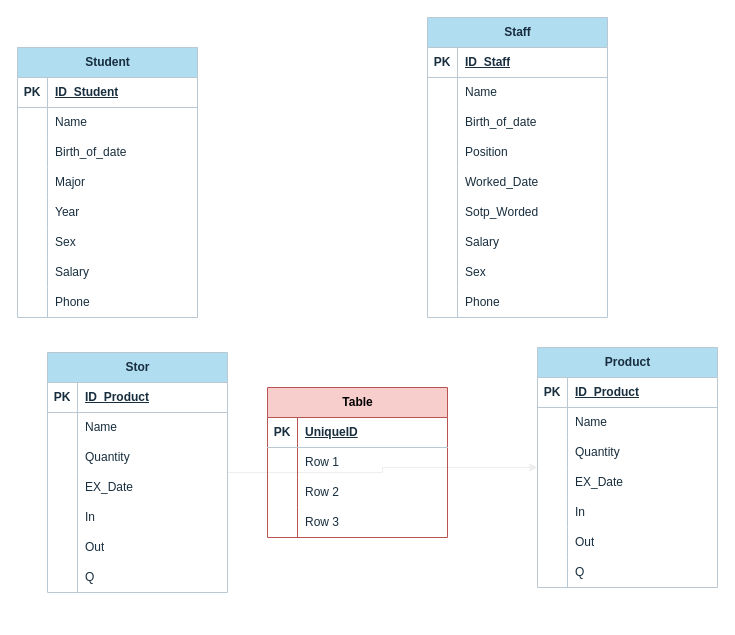
kearakvak/C_OOAD_Projob_Semester1 keeps this draw.io diagram as Untitled Diagram.drawio. Above is the earlier version. Source tidied: cells renumbered, new cells numbered last; positions are measured from the earlier drawing's top-left corner, leaving out a move shared by most shapes. Both pictures are drawn from the tidied source at 100%, with x=0, y=0 at pixel (17, 17).
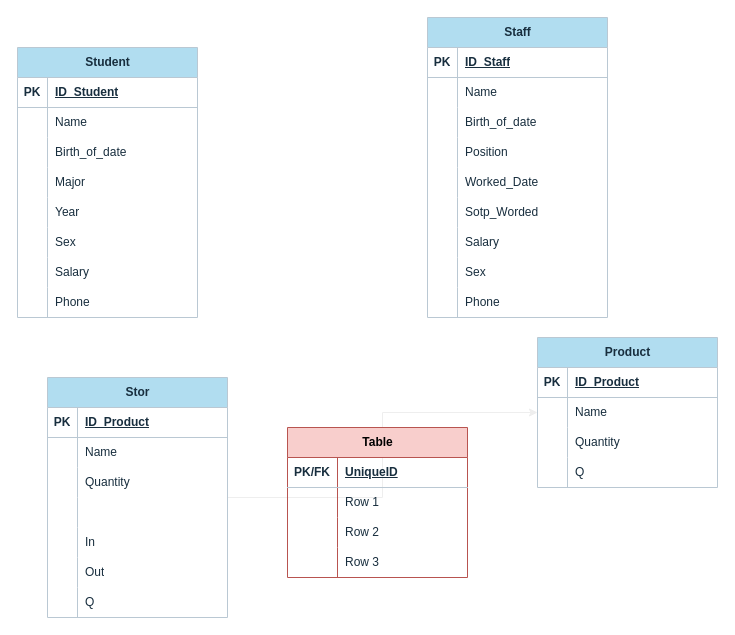
After the change.

Unchanged cells that the change refers to:
```xml
<mxCell id="66" style="shape=tableRow;horizontal=0;startSize=0;swimlaneHead=0;swimlaneBody=0;fillColor=none;top=0;left=0;right=0;bottom=0;strokeColor=#BAC8D3;fontColor=#182E3E;" parent="56" vertex="1">
  <mxGeometry y="120" width="180" height="30" as="geometry" />
</mxCell>
<mxCell id="101" style="shape=tableRow;horizontal=0;startSize=0;swimlaneHead=0;swimlaneBody=0;fillColor=none;top=0;left=0;right=0;bottom=1;strokeColor=#BAC8D3;fontColor=#182E3E;" parent="100" vertex="1">
  <mxGeometry y="30" width="180" height="30" as="geometry" />
</mxCell>
<mxCell id="104" style="shape=tableRow;horizontal=0;startSize=0;swimlaneHead=0;swimlaneBody=0;fillColor=none;top=0;left=0;right=0;bottom=0;strokeColor=#BAC8D3;fontColor=#182E3E;" parent="100" vertex="1">
  <mxGeometry y="60" width="180" height="30" as="geometry" />
</mxCell>
<mxCell id="107" style="shape=tableRow;horizontal=0;startSize=0;swimlaneHead=0;swimlaneBody=0;fillColor=none;top=0;left=0;right=0;bottom=0;strokeColor=#BAC8D3;fontColor=#182E3E;" parent="100" vertex="1">
  <mxGeometry y="90" width="180" height="30" as="geometry" />
</mxCell>
<mxCell id="110" style="shape=tableRow;horizontal=0;startSize=0;swimlaneHead=0;swimlaneBody=0;fillColor=none;top=0;left=0;right=0;bottom=0;strokeColor=#BAC8D3;fontColor=#182E3E;" parent="100" vertex="1">
  <mxGeometry y="120" width="180" height="30" as="geometry" />
</mxCell>
```

Diff of the diagram source:
```diff
@@
     <mxCell id="56" value="Stor" style="shape=table;startSize=30;childLayout=tableLayout;rowLines=0;fontStyle=1;align=center;html=1;strokeColor=#BAC8D3;fontColor=#182E3E;fillColor=#B1DDF0;" parent="1" vertex="1">
-      <mxGeometry x="30" y="335" width="180" height="240" as="geometry" />
+      <mxGeometry x="30" y="360" width="180" height="240" as="geometry" />
     </mxCell>
@@
-    <mxCell id="68" value="EX_Date" style="shape=partialRectangle;fillColor=none;top=0;left=0;bottom=0;right=0;align=left;spacingLeft=6;overflow=hidden;whiteSpace=wrap;html=1;strokeColor=#BAC8D3;fontColor=#182E3E;" parent="66" vertex="1">
+    <mxCell id="68" style="shape=partialRectangle;fillColor=none;top=0;left=0;bottom=0;right=0;align=left;spacingLeft=6;overflow=hidden;whiteSpace=wrap;html=1;strokeColor=#BAC8D3;fontColor=#182E3E;" parent="66" vertex="1">
       <mxGeometry x="30" width="150" height="30" as="geometry" />
     </mxCell>
@@
     <mxCell id="78" value="Product" style="shape=table;startSize=30;childLayout=tableLayout;rowLines=0;fontStyle=1;align=center;html=1;strokeColor=#BAC8D3;fontColor=#182E3E;fillColor=#B1DDF0;" parent="1" vertex="1">
-      <mxGeometry x="520" y="330" width="180" height="240" as="geometry" />
+      <mxGeometry x="520" y="320" width="180" height="150" as="geometry" />
     </mxCell>
@@
-    <mxCell id="88" style="shape=tableRow;horizontal=0;startSize=0;swimlaneHead=0;swimlaneBody=0;fillColor=none;top=0;left=0;right=0;bottom=0;strokeColor=#BAC8D3;fontColor=#182E3E;" parent="78" vertex="1">
-      <mxGeometry y="120" width="180" height="30" as="geometry" />
-    </mxCell>
-    <mxCell id="89" style="shape=partialRectangle;fillColor=none;top=0;left=0;bottom=0;right=0;overflow=hidden;whiteSpace=wrap;html=1;strokeColor=#BAC8D3;fontColor=#182E3E;" parent="88" vertex="1">
-      <mxGeometry width="30" height="30" as="geometry" />
-    </mxCell>
-    <mxCell id="90" value="EX_Date" style="shape=partialRectangle;fillColor=none;top=0;left=0;bottom=0;right=0;align=left;spacingLeft=6;overflow=hidden;whiteSpace=wrap;html=1;strokeColor=#BAC8D3;fontColor=#182E3E;" parent="88" vertex="1">
-      <mxGeometry x="30" width="150" height="30" as="geometry" />
-    </mxCell>
-    <mxCell id="91" style="shape=tableRow;horizontal=0;startSize=0;swimlaneHead=0;swimlaneBody=0;fillColor=none;top=0;left=0;right=0;bottom=0;strokeColor=#BAC8D3;fontColor=#182E3E;" parent="78" vertex="1">
-      <mxGeometry y="150" width="180" height="30" as="geometry" />
-    </mxCell>
-    <mxCell id="92" style="shape=partialRectangle;fillColor=none;top=0;left=0;bottom=0;right=0;overflow=hidden;whiteSpace=wrap;html=1;strokeColor=#BAC8D3;fontColor=#182E3E;" parent="91" vertex="1">
-      <mxGeometry width="30" height="30" as="geometry" />
-    </mxCell>
-    <mxCell id="93" value="In" style="shape=partialRectangle;fillColor=none;top=0;left=0;bottom=0;right=0;align=left;spacingLeft=6;overflow=hidden;whiteSpace=wrap;html=1;strokeColor=#BAC8D3;fontColor=#182E3E;" parent="91" vertex="1">
-      <mxGeometry x="30" width="150" height="30" as="geometry" />
-    </mxCell>
-    <mxCell id="94" style="shape=tableRow;horizontal=0;startSize=0;swimlaneHead=0;swimlaneBody=0;fillColor=none;top=0;left=0;right=0;bottom=0;strokeColor=#BAC8D3;fontColor=#182E3E;" parent="78" vertex="1">
-      <mxGeometry y="180" width="180" height="30" as="geometry" />
-    </mxCell>
-    <mxCell id="95" style="shape=partialRectangle;fillColor=none;top=0;left=0;bottom=0;right=0;overflow=hidden;whiteSpace=wrap;html=1;strokeColor=#BAC8D3;fontColor=#182E3E;" parent="94" vertex="1">
-      <mxGeometry width="30" height="30" as="geometry" />
-    </mxCell>
-    <mxCell id="96" value="Out" style="shape=partialRectangle;fillColor=none;top=0;left=0;bottom=0;right=0;align=left;spacingLeft=6;overflow=hidden;whiteSpace=wrap;html=1;strokeColor=#BAC8D3;fontColor=#182E3E;" parent="94" vertex="1">
-      <mxGeometry x="30" width="150" height="30" as="geometry" />
-    </mxCell>
     <mxCell id="97" style="shape=tableRow;horizontal=0;startSize=0;swimlaneHead=0;swimlaneBody=0;fillColor=none;top=0;left=0;right=0;bottom=0;strokeColor=#BAC8D3;fontColor=#182E3E;" parent="78" vertex="1">
-      <mxGeometry y="210" width="180" height="30" as="geometry" />
+      <mxGeometry y="120" width="180" height="30" as="geometry" />
     </mxCell>
@@
     <mxCell id="100" value="Table" style="shape=table;startSize=30;childLayout=tableLayout;rowLines=0;fontStyle=1;align=center;html=1;strokeColor=#b85450;fillColor=#f8cecc;" parent="1" vertex="1">
-      <mxGeometry x="250" y="370" width="180" height="150" as="geometry" />
+      <mxGeometry x="270" y="410" width="180" height="150" as="geometry" />
     </mxCell>
@@
-    <mxCell id="102" value="PK" style="shape=partialRectangle;fillColor=none;top=0;left=0;bottom=0;right=0;fontStyle=1;overflow=hidden;whiteSpace=wrap;html=1;strokeColor=#BAC8D3;fontColor=#182E3E;" parent="101" vertex="1">
-      <mxGeometry width="30" height="30" as="geometry" />
+    <mxCell id="102" value="PK/FK" style="shape=partialRectangle;fillColor=none;top=0;left=0;bottom=0;right=0;fontStyle=1;overflow=hidden;whiteSpace=wrap;html=1;strokeColor=#BAC8D3;fontColor=#182E3E;" parent="101" vertex="1">
+      <mxGeometry width="50" height="30" as="geometry" />
     </mxCell>
     <mxCell id="103" value="UniqueID" style="shape=partialRectangle;fillColor=none;top=0;left=0;bottom=0;right=0;align=left;spacingLeft=6;fontStyle=5;overflow=hidden;whiteSpace=wrap;html=1;strokeColor=#BAC8D3;fontColor=#182E3E;" parent="101" vertex="1">
-      <mxGeometry x="30" width="150" height="30" as="geometry" />
+      <mxGeometry x="50" width="130" height="30" as="geometry" />
     </mxCell>
@@
     <mxCell id="105" style="shape=partialRectangle;fillColor=none;top=0;left=0;bottom=0;right=0;overflow=hidden;whiteSpace=wrap;html=1;strokeColor=#BAC8D3;fontColor=#182E3E;" parent="104" vertex="1">
-      <mxGeometry width="30" height="30" as="geometry" />
+      <mxGeometry width="50" height="30" as="geometry" />
     </mxCell>
     <mxCell id="106" value="Row 1" style="shape=partialRectangle;fillColor=none;top=0;left=0;bottom=0;right=0;align=left;spacingLeft=6;overflow=hidden;whiteSpace=wrap;html=1;strokeColor=#BAC8D3;fontColor=#182E3E;" parent="104" vertex="1">
-      <mxGeometry x="30" width="150" height="30" as="geometry" />
+      <mxGeometry x="50" width="130" height="30" as="geometry" />
     </mxCell>
@@
     <mxCell id="108" style="shape=partialRectangle;fillColor=none;top=0;left=0;bottom=0;right=0;overflow=hidden;whiteSpace=wrap;html=1;strokeColor=#BAC8D3;fontColor=#182E3E;" parent="107" vertex="1">
-      <mxGeometry width="30" height="30" as="geometry" />
+      <mxGeometry width="50" height="30" as="geometry" />
     </mxCell>
     <mxCell id="109" value="Row 2" style="shape=partialRectangle;fillColor=none;top=0;left=0;bottom=0;right=0;align=left;spacingLeft=6;overflow=hidden;whiteSpace=wrap;html=1;strokeColor=#BAC8D3;fontColor=#182E3E;" parent="107" vertex="1">
-      <mxGeometry x="30" width="150" height="30" as="geometry" />
+      <mxGeometry x="50" width="130" height="30" as="geometry" />
     </mxCell>
@@
     <mxCell id="111" style="shape=partialRectangle;fillColor=none;top=0;left=0;bottom=0;right=0;overflow=hidden;whiteSpace=wrap;html=1;strokeColor=#BAC8D3;fontColor=#182E3E;" parent="110" vertex="1">
-      <mxGeometry width="30" height="30" as="geometry" />
+      <mxGeometry width="50" height="30" as="geometry" />
     </mxCell>
     <mxCell id="112" value="Row 3" style="shape=partialRectangle;fillColor=none;top=0;left=0;bottom=0;right=0;align=left;spacingLeft=6;overflow=hidden;whiteSpace=wrap;html=1;strokeColor=#BAC8D3;fontColor=#182E3E;" parent="110" vertex="1">
-      <mxGeometry x="30" width="150" height="30" as="geometry" />
+      <mxGeometry x="50" width="130" height="30" as="geometry" />
     </mxCell>
```
